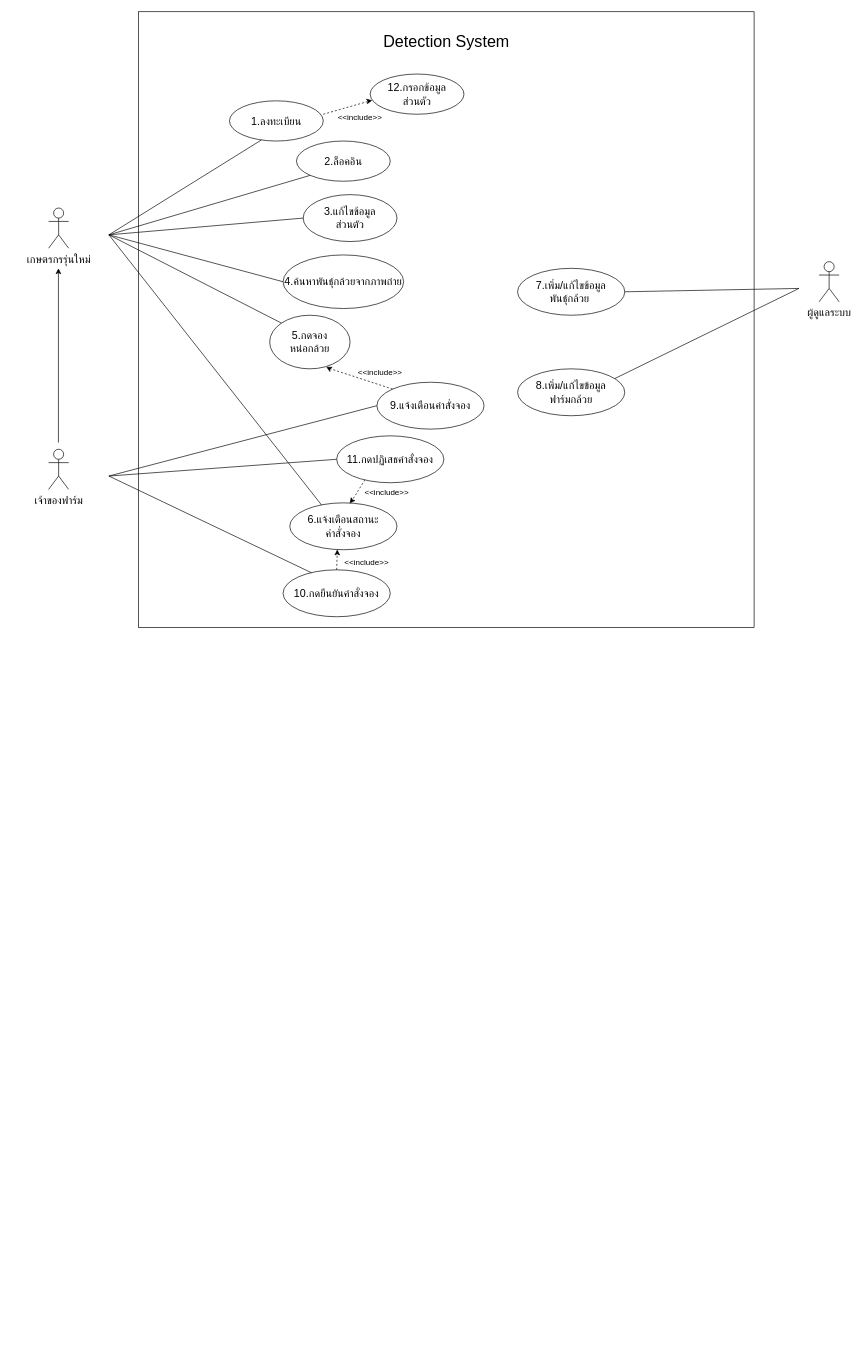
This is page "use case" (1 of 2) of usecase(2).drawio from Phichayapa48/ProjectDetail2.github.io, a draw.io file, before an edit. Source tidied: cells renumbered, new cells numbered last; positions are measured from the earlier drawing's top-left corner, leaving out a move shared by most shapes. Both pictures are drawn from the tidied source at 67%, with x=0, y=0 at pixel (48, 11).
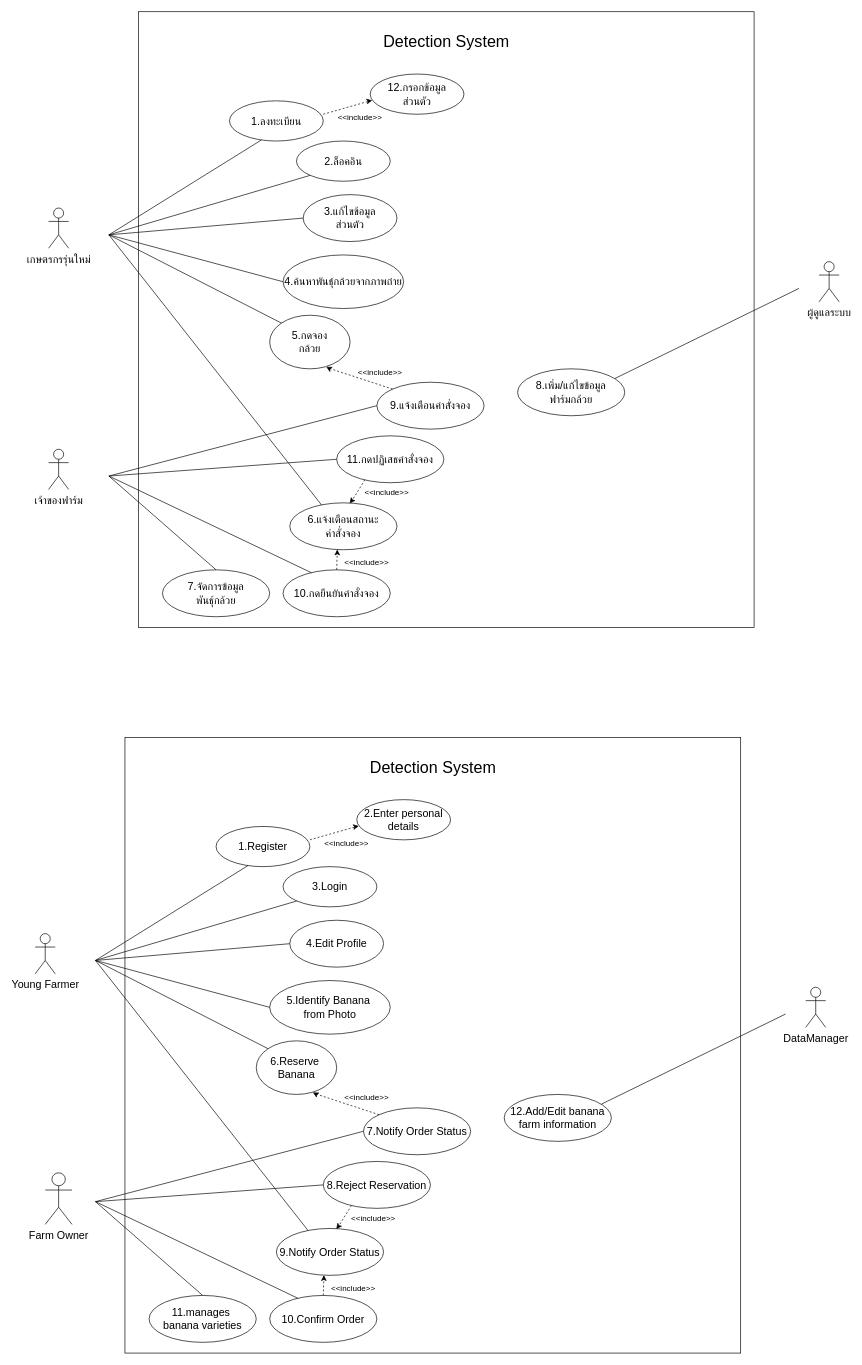
After the change.

The edit, as a diff of the source:
```diff
@@
-    <mxCell id="11" value="&lt;font size=&quot;3&quot;&gt;5.กดจอง&lt;/font&gt;&lt;div&gt;&lt;font size=&quot;3&quot;&gt;หน่อกล้วย&lt;/font&gt;&lt;/div&gt;" style="ellipse;whiteSpace=wrap;html=1;strokeColor=#000000;" parent="1" vertex="1">
+    <mxCell id="11" value="&lt;font size=&quot;3&quot;&gt;5.กดจอง&lt;/font&gt;&lt;div&gt;&lt;font size=&quot;3&quot;&gt;กล้วย&lt;/font&gt;&lt;/div&gt;" style="ellipse;whiteSpace=wrap;html=1;strokeColor=#000000;" parent="1" vertex="1">
       <mxGeometry x="330" y="453" width="120" height="80" as="geometry" />
     </mxCell>
@@
-    <mxCell id="13" value="&lt;font size=&quot;3&quot;&gt;7.เพิ่ม/แก้ไขข้อมูล&lt;/font&gt;&lt;div&gt;&lt;font size=&quot;3&quot;&gt;พันธุ์กล้วย&amp;nbsp;&lt;/font&gt;&lt;/div&gt;" style="ellipse;whiteSpace=wrap;html=1;align=center;verticalAlign=middle;strokeColor=#000000;" parent="1" vertex="1">
-      <mxGeometry x="700" y="383" width="160" height="70" as="geometry" />
-    </mxCell>
@@
-    <mxCell id="40" style="endArrow=none;html=1;rounded=0;strokeColor=#000000;exitX=1;exitY=0.5;exitDx=0;exitDy=0;" parent="1" edge="1" source="13">
-      <mxGeometry relative="1" as="geometry">
-        <mxPoint x="1120" y="413" as="targetPoint" />
-      </mxGeometry>
-    </mxCell>
@@
-    <mxCell id="42" style="endArrow=classic;html=1;rounded=0;strokeColor=#000000;" parent="1" edge="1">
-      <mxGeometry relative="1" as="geometry">
-        <mxPoint x="14.7" y="643" as="sourcePoint" />
-        <mxPoint x="14.7" y="383" as="targetPoint" />
-      </mxGeometry>
-    </mxCell>
+    <mxCell id="43" value="&lt;font size=&quot;3&quot;&gt;7.จัดการข้อมูล&lt;/font&gt;&lt;div&gt;&lt;font size=&quot;3&quot;&gt;พันธุ์กล้วย&lt;/font&gt;&lt;/div&gt;" style="ellipse;whiteSpace=wrap;html=1;align=center;verticalAlign=middle;strokeColor=#000000;" parent="1" vertex="1">
+      <mxGeometry x="170" y="833" width="160" height="70" as="geometry" />
+    </mxCell>
+    <mxCell id="44" style="endArrow=none;html=1;rounded=0;fontColor=#FF3333;strokeColor=#000000;entryX=0.5;entryY=0;entryDx=0;entryDy=0;" parent="1" edge="1" target="43">
+      <mxGeometry relative="1" as="geometry">
+        <mxPoint x="90" y="693" as="sourcePoint" />
+      </mxGeometry>
+    </mxCell>
+    <mxCell id="45" style="whiteSpace=wrap;html=1;" parent="1" vertex="1">
+      <mxGeometry x="114" y="1083" width="919" height="919" as="geometry" />
+    </mxCell>
+    <mxCell id="46" value="Detection System" style="text;html=1;align=center;verticalAlign=middle;whiteSpace=wrap;rounded=0;fontSize=24;" parent="1" vertex="1">
+      <mxGeometry x="468.8" y="1113" width="209.5" height="30" as="geometry" />
+    </mxCell>
+    <mxCell id="47" value="Young Farmer" style="shape=umlActor;verticalLabelPosition=bottom;verticalAlign=top;html=1;fontSize=16;strokeColor=#000000;" parent="1" vertex="1">
+      <mxGeometry x="-20" y="1376" width="30" height="60" as="geometry" />
+    </mxCell>
+    <mxCell id="48" value="&lt;span style=&quot;text-align: start; white-space: normal;&quot;&gt;Farm&lt;/span&gt;&lt;span style=&quot;white-space: normal; text-align: start;&quot;&gt;&amp;nbsp;Owner&lt;/span&gt;" style="shape=umlActor;verticalLabelPosition=bottom;verticalAlign=top;html=1;fontSize=16;strokeColor=#000000;" parent="1" vertex="1">
+      <mxGeometry x="-5" y="1733" width="40" height="77" as="geometry" />
+    </mxCell>
+    <mxCell id="49" value="DataManager" style="shape=umlActor;verticalLabelPosition=bottom;verticalAlign=top;html=1;fontSize=16;strokeColor=#000000;" parent="1" vertex="1">
+      <mxGeometry x="1130" y="1456" width="30" height="60" as="geometry" />
+    </mxCell>
+    <mxCell id="50" value="&lt;font size=&quot;3&quot;&gt;1.Register&lt;/font&gt;" style="ellipse;whiteSpace=wrap;html=1;strokeColor=#000000;" parent="1" vertex="1">
+      <mxGeometry x="250" y="1216" width="140" height="60" as="geometry" />
+    </mxCell>
+    <mxCell id="51" value="3.Login" style="ellipse;whiteSpace=wrap;html=1;fontSize=16;strokeColor=#000000;" parent="1" vertex="1">
+      <mxGeometry x="350" y="1276" width="140" height="60" as="geometry" />
+    </mxCell>
+    <mxCell id="52" value="&lt;span style=&quot;text-align: start; font-size: medium;&quot;&gt;4.Edit Profile&lt;/span&gt;" style="ellipse;whiteSpace=wrap;html=1;fontSize=16;strokeColor=#000000;" parent="1" vertex="1">
+      <mxGeometry x="360" y="1356" width="140" height="70" as="geometry" />
+    </mxCell>
+    <mxCell id="53" value="5.&lt;span style=&quot;text-align: start; font-size: medium;&quot;&gt;Identify Banana&amp;nbsp;&lt;/span&gt;&lt;div&gt;&lt;span style=&quot;font-size: medium;&quot;&gt;from Photo&lt;/span&gt;&lt;/div&gt;" style="ellipse;whiteSpace=wrap;html=1;fontSize=16;strokeColor=#000000;" parent="1" vertex="1">
+      <mxGeometry x="330" y="1446" width="180" height="80" as="geometry" />
+    </mxCell>
+    <mxCell id="54" value="&lt;font face=&quot;Helvetica&quot;&gt;&lt;font&gt;6.&lt;/font&gt;&lt;span style=&quot;text-align: start;&quot;&gt;Reserve&amp;nbsp;&lt;/span&gt;&lt;/font&gt;&lt;div&gt;&lt;span style=&quot;text-align: start;&quot;&gt;&lt;font face=&quot;Helvetica&quot;&gt;Banana&lt;/font&gt;&lt;/span&gt;&lt;font&gt;&lt;br&gt;&lt;/font&gt;&lt;/div&gt;" style="ellipse;whiteSpace=wrap;html=1;strokeColor=#000000;fontSize=16;" parent="1" vertex="1">
+      <mxGeometry x="310" y="1536" width="120" height="80" as="geometry" />
+    </mxCell>
+    <mxCell id="55" value="&lt;font size=&quot;3&quot;&gt;9.&lt;/font&gt;&lt;span style=&quot;text-align: start; font-size: medium;&quot;&gt;Notify Order Status&lt;/span&gt;&lt;font size=&quot;3&quot;&gt;&lt;br&gt;&lt;/font&gt;" style="ellipse;whiteSpace=wrap;html=1;align=center;verticalAlign=middle;strokeColor=#000000;" parent="1" vertex="1">
+      <mxGeometry x="340" y="1816" width="160" height="70" as="geometry" />
+    </mxCell>
+    <mxCell id="56" value="&lt;font size=&quot;3&quot;&gt;12.&lt;/font&gt;&lt;span style=&quot;text-align: start; font-size: medium;&quot;&gt;Add/Edit banana farm information&lt;/span&gt;&lt;font size=&quot;3&quot;&gt;&lt;br&gt;&lt;/font&gt;" style="ellipse;whiteSpace=wrap;html=1;align=center;verticalAlign=middle;strokeColor=#000000;" parent="1" vertex="1">
+      <mxGeometry x="680" y="1616" width="160" height="70" as="geometry" />
+    </mxCell>
+    <mxCell id="57" value="&lt;font size=&quot;3&quot;&gt;7.&lt;/font&gt;&lt;span style=&quot;text-align: start; font-size: medium;&quot;&gt;Notify Order Status&lt;/span&gt;" style="ellipse;whiteSpace=wrap;html=1;align=center;verticalAlign=middle;strokeColor=#000000;" parent="1" vertex="1">
+      <mxGeometry x="470" y="1636" width="160" height="70" as="geometry" />
+    </mxCell>
+    <mxCell id="58" value="&lt;font size=&quot;3&quot;&gt;10.&lt;/font&gt;&lt;span style=&quot;text-align: start; font-size: medium;&quot;&gt;Confirm Order&lt;/span&gt;" style="ellipse;whiteSpace=wrap;html=1;align=center;verticalAlign=middle;strokeColor=#000000;" parent="1" vertex="1">
+      <mxGeometry x="330" y="1916" width="160" height="70" as="geometry" />
+    </mxCell>
+    <mxCell id="59" value="&lt;font size=&quot;3&quot;&gt;8.&lt;/font&gt;&lt;span style=&quot;text-align: start; font-size: medium;&quot;&gt;Reject Reservation&lt;/span&gt;" style="ellipse;whiteSpace=wrap;html=1;align=center;verticalAlign=middle;strokeColor=#000000;" parent="1" vertex="1">
+      <mxGeometry x="410" y="1716" width="160" height="70" as="geometry" />
+    </mxCell>
+    <mxCell id="60" style="endArrow=none;html=1;rounded=0;entryX=0.339;entryY=0.976;entryDx=0;entryDy=0;entryPerimeter=0;strokeColor=#000000;" parent="1" edge="1" target="50">
+      <mxGeometry relative="1" as="geometry">
+        <mxPoint x="70" y="1416" as="sourcePoint" />
+      </mxGeometry>
+    </mxCell>
+    <mxCell id="61" style="endArrow=none;html=1;rounded=0;entryX=0;entryY=1;entryDx=0;entryDy=0;strokeColor=#000000;" parent="1" edge="1" target="51">
+      <mxGeometry relative="1" as="geometry">
+        <mxPoint x="70" y="1416" as="sourcePoint" />
+      </mxGeometry>
+    </mxCell>
+    <mxCell id="62" style="endArrow=none;html=1;rounded=0;entryX=0;entryY=0.5;entryDx=0;entryDy=0;strokeColor=#000000;" parent="1" edge="1" target="52">
+      <mxGeometry relative="1" as="geometry">
+        <mxPoint x="70" y="1416" as="sourcePoint" />
+      </mxGeometry>
+    </mxCell>
+    <mxCell id="63" style="endArrow=none;html=1;rounded=0;entryX=0;entryY=0.5;entryDx=0;entryDy=0;strokeColor=#000000;" parent="1" edge="1" target="53">
+      <mxGeometry relative="1" as="geometry">
+        <mxPoint x="70" y="1416" as="sourcePoint" />
+      </mxGeometry>
+    </mxCell>
+    <mxCell id="64" style="endArrow=none;html=1;rounded=0;entryX=0;entryY=0;entryDx=0;entryDy=0;strokeColor=#000000;" parent="1" edge="1" target="54">
+      <mxGeometry relative="1" as="geometry">
+        <mxPoint x="70" y="1416" as="sourcePoint" />
+      </mxGeometry>
+    </mxCell>
+    <mxCell id="65" style="endArrow=none;html=1;rounded=0;exitX=0.297;exitY=0.048;exitDx=0;exitDy=0;exitPerimeter=0;fontColor=#FF3333;strokeColor=#000000;" parent="1" edge="1" source="55">
+      <mxGeometry relative="1" as="geometry">
+        <mxPoint x="70" y="1416" as="targetPoint" />
+      </mxGeometry>
+    </mxCell>
+    <mxCell id="66" style="endArrow=none;dashed=1;html=1;rounded=0;exitX=0;exitY=0;exitDx=0;exitDy=0;strokeColor=#000000;entryX=0.72;entryY=0.981;entryDx=0;entryDy=0;entryPerimeter=0;" parent="1" edge="1" source="57" target="54">
+      <mxGeometry relative="1" as="geometry" />
+    </mxCell>
+    <mxCell id="67" style="endArrow=classic;html=1;rounded=0;entryX=0.704;entryY=0.962;entryDx=0;entryDy=0;entryPerimeter=0;strokeColor=#000000;" parent="1" edge="1" target="54">
+      <mxGeometry relative="1" as="geometry">
+        <mxPoint x="400" y="1616" as="sourcePoint" />
+      </mxGeometry>
+    </mxCell>
+    <mxCell id="68" value="&amp;lt;&amp;lt;include&amp;gt;&amp;gt;" style="text;html=1;align=center;verticalAlign=middle;whiteSpace=wrap;rounded=0;fontColor=light-dark(#000000, #ff7777);strokeColor=none;" parent="1" vertex="1">
+      <mxGeometry x="450" y="1606" width="50" height="30" as="geometry" />
+    </mxCell>
+    <mxCell id="69" style="endArrow=none;html=1;rounded=0;fontColor=#FF3333;strokeColor=#000000;entryX=0;entryY=0.5;entryDx=0;entryDy=0;" parent="1" edge="1" target="57">
+      <mxGeometry relative="1" as="geometry">
+        <mxPoint x="70" y="1776" as="sourcePoint" />
+      </mxGeometry>
+    </mxCell>
+    <mxCell id="70" style="endArrow=none;html=1;rounded=0;fontColor=#FF3333;strokeColor=#000000;entryX=0;entryY=0.5;entryDx=0;entryDy=0;" parent="1" edge="1" target="59">
+      <mxGeometry relative="1" as="geometry">
+        <mxPoint x="70" y="1776" as="sourcePoint" />
+      </mxGeometry>
+    </mxCell>
+    <mxCell id="71" style="endArrow=none;html=1;rounded=0;fontColor=#FF3333;strokeColor=#000000;entryX=0.265;entryY=0.062;entryDx=0;entryDy=0;entryPerimeter=0;" parent="1" edge="1" target="58">
+      <mxGeometry relative="1" as="geometry">
+        <mxPoint x="70" y="1776" as="sourcePoint" />
+      </mxGeometry>
+    </mxCell>
+    <mxCell id="72" style="endArrow=none;dashed=1;html=1;rounded=0;strokeColor=#000000;entryX=0.262;entryY=0.942;entryDx=0;entryDy=0;entryPerimeter=0;exitX=0.573;exitY=-0.019;exitDx=0;exitDy=0;exitPerimeter=0;" parent="1" edge="1" source="55" target="59">
+      <mxGeometry relative="1" as="geometry" />
+    </mxCell>
+    <mxCell id="73" style="endArrow=classic;html=1;rounded=0;entryX=0.559;entryY=0.012;entryDx=0;entryDy=0;strokeColor=#000000;entryPerimeter=0;" parent="1" edge="1" target="55">
+      <mxGeometry relative="1" as="geometry">
+        <mxPoint x="434" y="1811" as="sourcePoint" />
+      </mxGeometry>
+    </mxCell>
+    <mxCell id="74" value="&amp;lt;&amp;lt;include&amp;gt;&amp;gt;" style="text;html=1;align=center;verticalAlign=middle;whiteSpace=wrap;rounded=0;fontColor=light-dark(#000000, #ff7777);strokeColor=none;" parent="1" vertex="1">
+      <mxGeometry x="460" y="1786" width="50" height="30" as="geometry" />
+    </mxCell>
+    <mxCell id="75" value="&amp;lt;&amp;lt;include&amp;gt;&amp;gt;" style="text;html=1;align=center;verticalAlign=middle;whiteSpace=wrap;rounded=0;fontColor=light-dark(#000000, #ff7777);strokeColor=none;" parent="1" vertex="1">
+      <mxGeometry x="430" y="1891" width="50" height="30" as="geometry" />
+    </mxCell>
+    <mxCell id="76" style="endArrow=none;dashed=1;html=1;rounded=0;strokeColor=#000000;exitX=0.5;exitY=0;exitDx=0;exitDy=0;entryX=0.443;entryY=1.022;entryDx=0;entryDy=0;entryPerimeter=0;" parent="1" edge="1" source="58" target="55">
+      <mxGeometry relative="1" as="geometry" />
+    </mxCell>
+    <mxCell id="77" style="endArrow=classic;html=1;rounded=0;entryX=0.443;entryY=0.996;entryDx=0;entryDy=0;entryPerimeter=0;strokeColor=#000000;exitX=0.443;exitY=1.023;exitDx=0;exitDy=0;exitPerimeter=0;" parent="1" edge="1" source="55" target="55">
+      <mxGeometry relative="1" as="geometry" />
+    </mxCell>
+    <mxCell id="78" value="&lt;font size=&quot;3&quot;&gt;2.&lt;/font&gt;&lt;span style=&quot;text-align: start; font-size: medium;&quot;&gt;Enter&amp;nbsp;&lt;/span&gt;&lt;span style=&quot;font-size: medium; text-align: start;&quot;&gt;personal details&lt;/span&gt;" style="ellipse;whiteSpace=wrap;html=1;strokeColor=#000000;" parent="1" vertex="1">
+      <mxGeometry x="460" y="1176" width="140" height="60" as="geometry" />
+    </mxCell>
+    <mxCell id="79" value="&amp;lt;&amp;lt;include&amp;gt;&amp;gt;" style="text;html=1;align=center;verticalAlign=middle;whiteSpace=wrap;rounded=0;fontColor=light-dark(#000000, #ff7777);strokeColor=none;" parent="1" vertex="1">
+      <mxGeometry x="420" y="1226" width="50" height="30" as="geometry" />
+    </mxCell>
+    <mxCell id="80" style="endArrow=none;dashed=1;html=1;rounded=0;strokeColor=#000000;entryX=0;entryY=0.667;entryDx=0;entryDy=0;entryPerimeter=0;" parent="1" edge="1" target="78">
+      <mxGeometry relative="1" as="geometry">
+        <mxPoint x="390" y="1236" as="sourcePoint" />
+      </mxGeometry>
+    </mxCell>
+    <mxCell id="81" style="endArrow=classic;html=1;rounded=0;entryX=0.022;entryY=0.657;entryDx=0;entryDy=0;entryPerimeter=0;strokeColor=#000000;" parent="1" edge="1" target="78">
+      <mxGeometry relative="1" as="geometry">
+        <mxPoint x="460" y="1216" as="sourcePoint" />
+      </mxGeometry>
+    </mxCell>
+    <mxCell id="82" style="endArrow=none;html=1;rounded=0;strokeColor=#000000;exitX=0.908;exitY=0.206;exitDx=0;exitDy=0;exitPerimeter=0;" parent="1" edge="1" source="56">
+      <mxGeometry relative="1" as="geometry">
+        <mxPoint x="1100" y="1496" as="targetPoint" />
+      </mxGeometry>
+    </mxCell>
+    <mxCell id="83" value="&lt;font size=&quot;3&quot;&gt;11.&lt;/font&gt;&lt;span style=&quot;text-align: start; font-size: medium;&quot;&gt;manages&amp;nbsp;&lt;/span&gt;&lt;div&gt;&lt;span style=&quot;text-align: start; font-size: medium;&quot;&gt;banana varieties&lt;/span&gt;&lt;font size=&quot;3&quot;&gt;&lt;br&gt;&lt;/font&gt;&lt;/div&gt;" style="ellipse;whiteSpace=wrap;html=1;align=center;verticalAlign=middle;strokeColor=#000000;" parent="1" vertex="1">
+      <mxGeometry x="150" y="1916" width="160" height="70" as="geometry" />
+    </mxCell>
+    <mxCell id="84" style="endArrow=none;html=1;rounded=0;fontColor=#FF3333;strokeColor=#000000;entryX=0.5;entryY=0;entryDx=0;entryDy=0;" parent="1" edge="1" target="83">
+      <mxGeometry relative="1" as="geometry">
+        <mxPoint x="70" y="1776" as="sourcePoint" />
+      </mxGeometry>
+    </mxCell>
```
